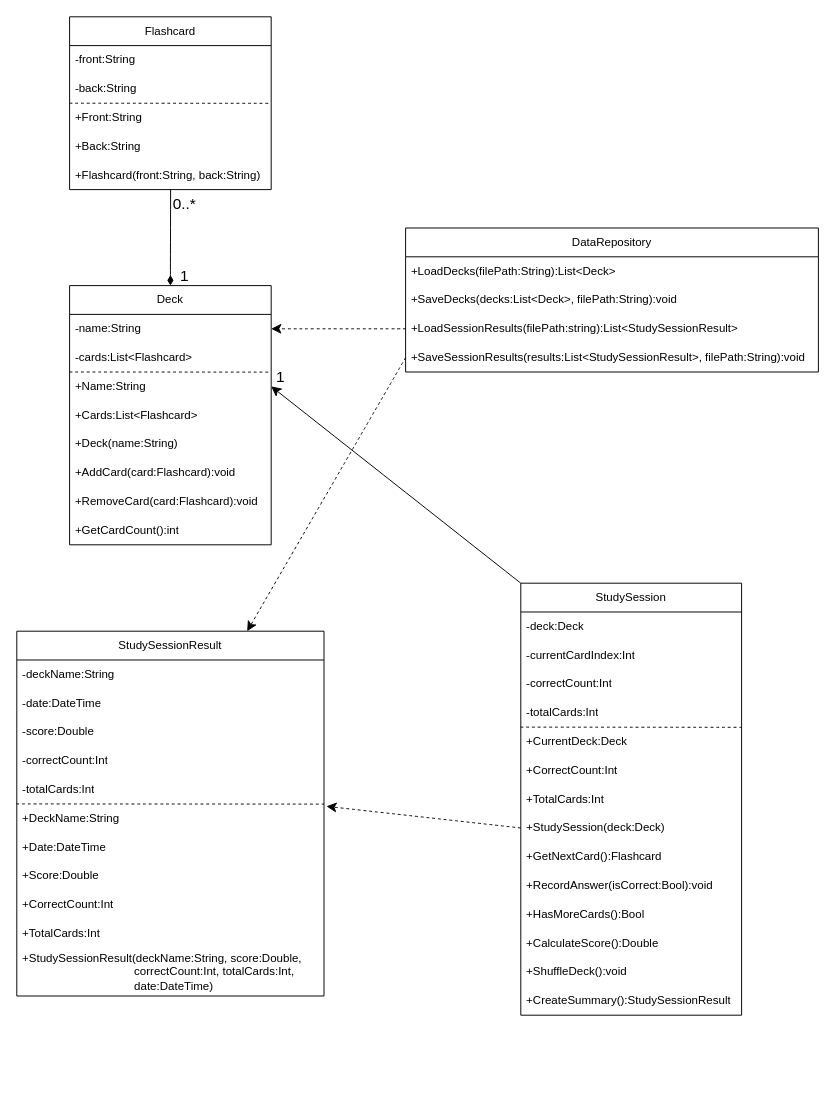
metergames/study-snap keeps this draw.io diagram as Design/Project-UML-Design.drawio. Above is the earlier version. Source tidied: cells renumbered, new cells numbered last; positions are measured from the earlier drawing's top-left corner, leaving out a move shared by most shapes. Both pictures are drawn from the tidied source at 96%, with x=0, y=0 at pixel (16, 16).
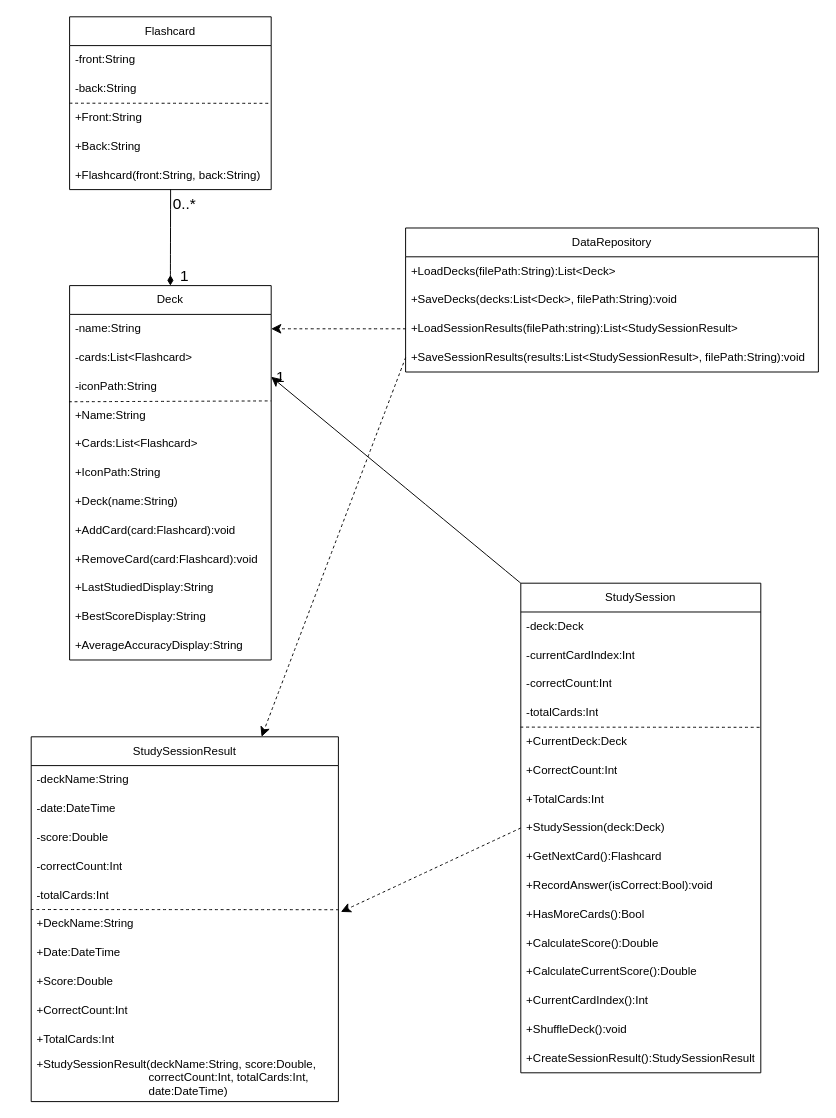
After the change.

Commit message (it also covers changes not shown here):
Update UML design and add report PDF

Unchanged cells that the change refers to:
```xml
<mxCell id="58" value="1" style="text;html=1;whiteSpace=wrap;strokeColor=none;fillColor=none;align=center;verticalAlign=middle;rounded=0;fontSize=16;" parent="1" vertex="1">
  <mxGeometry x="245" y="360" width="60" height="30" as="geometry" />
</mxCell>
```

Diff of the diagram source:
```diff
@@
     <mxCell id="9" value="Deck" style="swimlane;fontStyle=0;horizontal=1;startSize=30;whiteSpace=wrap;html=1;" parent="1" vertex="1">
-      <mxGeometry x="55" y="280" width="210" height="270" as="geometry" />
+      <mxGeometry x="55" y="280" width="210" height="390" as="geometry" />
     </mxCell>
@@
+    <mxCell id="61" value="-iconPath:String" style="text;strokeColor=none;fillColor=none;align=left;verticalAlign=middle;spacingLeft=4;spacingRight=4;overflow=hidden;points=[[0,0.5],[1,0.5]];portConstraint=eastwest;whiteSpace=wrap;html=1;" parent="9" vertex="1">
+      <mxGeometry y="90" width="210" height="30" as="geometry" />
+    </mxCell>
-    <mxCell id="12" style="endArrow=none;dashed=1;html=1;rounded=0;fontSize=12;startSize=8;endSize=8;curved=1;entryX=1;entryY=0.004;entryDx=0;entryDy=0;entryPerimeter=0;" parent="9" edge="1" target="13">
-      <mxGeometry relative="1" as="geometry">
-        <mxPoint y="90" as="sourcePoint" />
-      </mxGeometry>
+    <mxCell id="12" style="endArrow=none;dashed=1;html=1;rounded=0;fontSize=12;startSize=8;endSize=8;curved=1;entryX=1;entryY=0.004;entryDx=0;entryDy=0;entryPerimeter=0;exitX=-0.003;exitY=1.033;exitDx=0;exitDy=0;exitPerimeter=0;" parent="9" edge="1" source="61" target="13">
+      <mxGeometry relative="1" as="geometry" />
     </mxCell>
     <mxCell id="13" value="+Name:String" style="text;strokeColor=none;fillColor=none;align=left;verticalAlign=middle;spacingLeft=4;spacingRight=4;overflow=hidden;points=[[0,0.5],[1,0.5]];portConstraint=eastwest;whiteSpace=wrap;html=1;" parent="9" vertex="1">
-      <mxGeometry y="90" width="210" height="30" as="geometry" />
+      <mxGeometry y="120" width="210" height="30" as="geometry" />
     </mxCell>
     <mxCell id="14" value="+Cards:List&amp;lt;Flashcard&amp;gt;" style="text;strokeColor=none;fillColor=none;align=left;verticalAlign=middle;spacingLeft=4;spacingRight=4;overflow=hidden;whiteSpace=wrap;html=1;" parent="9" vertex="1">
-      <mxGeometry y="120" width="210" height="30" as="geometry" />
+      <mxGeometry y="150" width="210" height="30" as="geometry" />
     </mxCell>
+    <mxCell id="62" value="+IconPath:String" style="text;strokeColor=none;fillColor=none;align=left;verticalAlign=middle;spacingLeft=4;spacingRight=4;overflow=hidden;whiteSpace=wrap;html=1;" parent="9" vertex="1">
+      <mxGeometry y="180" width="210" height="30" as="geometry" />
+    </mxCell>
     <mxCell id="15" value="+Deck(name:String)" style="text;strokeColor=none;fillColor=none;align=left;verticalAlign=middle;spacingLeft=4;spacingRight=4;overflow=hidden;whiteSpace=wrap;html=1;" parent="9" vertex="1">
-      <mxGeometry y="150" width="210" height="30" as="geometry" />
+      <mxGeometry y="210" width="210" height="30" as="geometry" />
     </mxCell>
     <mxCell id="16" value="+AddCard(card:Flashcard):void" style="text;strokeColor=none;fillColor=none;align=left;verticalAlign=middle;spacingLeft=4;spacingRight=4;overflow=hidden;whiteSpace=wrap;html=1;" parent="9" vertex="1">
-      <mxGeometry y="180" width="210" height="30" as="geometry" />
+      <mxGeometry y="240" width="210" height="30" as="geometry" />
     </mxCell>
     <mxCell id="17" value="+RemoveCard(card:Flashcard):void" style="text;strokeColor=none;fillColor=none;align=left;verticalAlign=middle;spacingLeft=4;spacingRight=4;overflow=hidden;whiteSpace=wrap;html=1;" parent="9" vertex="1">
-      <mxGeometry y="210" width="210" height="30" as="geometry" />
+      <mxGeometry y="270" width="210" height="30" as="geometry" />
     </mxCell>
-    <mxCell id="18" value="+GetCardCount():int" style="text;strokeColor=none;fillColor=none;align=left;verticalAlign=middle;spacingLeft=4;spacingRight=4;overflow=hidden;whiteSpace=wrap;html=1;" parent="9" vertex="1">
-      <mxGeometry y="240" width="210" height="30" as="geometry" />
-    </mxCell>
+    <mxCell id="63" value="+LastStudiedDisplay:String" style="text;strokeColor=none;fillColor=none;align=left;verticalAlign=middle;spacingLeft=4;spacingRight=4;overflow=hidden;whiteSpace=wrap;html=1;" parent="9" vertex="1">
+      <mxGeometry y="300" width="210" height="30" as="geometry" />
+    </mxCell>
+    <mxCell id="64" value="+BestScoreDisplay:String" style="text;strokeColor=none;fillColor=none;align=left;verticalAlign=middle;spacingLeft=4;spacingRight=4;overflow=hidden;whiteSpace=wrap;html=1;" parent="9" vertex="1">
+      <mxGeometry y="330" width="210" height="30" as="geometry" />
+    </mxCell>
+    <mxCell id="65" value="+AverageAccuracyDisplay:String" style="text;strokeColor=none;fillColor=none;align=left;verticalAlign=middle;spacingLeft=4;spacingRight=4;overflow=hidden;whiteSpace=wrap;html=1;" parent="9" vertex="1">
+      <mxGeometry y="360" width="210" height="30" as="geometry" />
+    </mxCell>
@@
-    <mxCell id="23" style="edgeStyle=none;curved=1;rounded=0;jettySize=auto;html=1;exitX=0;exitY=0;exitDx=0;exitDy=0;entryX=1;entryY=0.5;entryDx=0;entryDy=0;fontSize=12;startSize=8;endSize=8;" parent="1" edge="1" source="24" target="13">
+    <mxCell id="23" style="edgeStyle=none;curved=1;rounded=0;jettySize=auto;html=1;exitX=0;exitY=0;exitDx=0;exitDy=0;fontSize=12;startSize=8;endSize=8;entryX=0.333;entryY=0.5;entryDx=0;entryDy=0;entryPerimeter=0;" parent="1" edge="1" source="24" target="58">
       <mxGeometry relative="1" as="geometry" />
     </mxCell>
     <mxCell id="24" value="StudySession" style="swimlane;fontStyle=0;horizontal=1;startSize=30;whiteSpace=wrap;html=1;" parent="1" vertex="1">
-      <mxGeometry x="525" y="590" width="230" height="450" as="geometry" />
+      <mxGeometry x="525" y="590" width="250" height="510" as="geometry" />
     </mxCell>
     <mxCell id="25" value="-deck:Deck" style="text;strokeColor=none;fillColor=none;align=left;verticalAlign=middle;spacingLeft=4;spacingRight=4;overflow=hidden;whiteSpace=wrap;html=1;" parent="24" vertex="1">
-      <mxGeometry y="30" width="230" height="30" as="geometry" />
+      <mxGeometry y="30" width="250" height="30" as="geometry" />
     </mxCell>
     <mxCell id="26" value="-currentCardIndex:Int" style="text;strokeColor=none;fillColor=none;align=left;verticalAlign=middle;spacingLeft=4;spacingRight=4;overflow=hidden;whiteSpace=wrap;html=1;" parent="24" vertex="1">
-      <mxGeometry y="60" width="230" height="30" as="geometry" />
+      <mxGeometry y="60" width="250" height="30" as="geometry" />
     </mxCell>
     <mxCell id="27" value="-correctCount:Int" style="text;strokeColor=none;fillColor=none;align=left;verticalAlign=middle;spacingLeft=4;spacingRight=4;overflow=hidden;whiteSpace=wrap;html=1;" parent="24" vertex="1">
-      <mxGeometry y="90" width="230" height="30" as="geometry" />
+      <mxGeometry y="90" width="250" height="30" as="geometry" />
     </mxCell>
     <mxCell id="28" value="-totalCards:Int" style="text;strokeColor=none;fillColor=none;align=left;verticalAlign=middle;spacingLeft=4;spacingRight=4;overflow=hidden;whiteSpace=wrap;html=1;" parent="24" vertex="1">
-      <mxGeometry y="120" width="230" height="30" as="geometry" />
+      <mxGeometry y="120" width="250" height="30" as="geometry" />
     </mxCell>
@@
     <mxCell id="30" value="+CurrentDeck:Deck" style="text;strokeColor=none;fillColor=none;align=left;verticalAlign=middle;spacingLeft=4;spacingRight=4;overflow=hidden;points=[[0,0.5],[1,0.5]];portConstraint=eastwest;whiteSpace=wrap;html=1;" parent="24" vertex="1">
-      <mxGeometry y="150" width="230" height="30" as="geometry" />
+      <mxGeometry y="150" width="250" height="30" as="geometry" />
     </mxCell>
     <mxCell id="31" value="+CorrectCount:Int" style="text;strokeColor=none;fillColor=none;align=left;verticalAlign=middle;spacingLeft=4;spacingRight=4;overflow=hidden;whiteSpace=wrap;html=1;" parent="24" vertex="1">
-      <mxGeometry y="180" width="230" height="30" as="geometry" />
+      <mxGeometry y="180" width="250" height="30" as="geometry" />
     </mxCell>
     <mxCell id="32" value="+TotalCards:Int" style="text;strokeColor=none;fillColor=none;align=left;verticalAlign=middle;spacingLeft=4;spacingRight=4;overflow=hidden;whiteSpace=wrap;html=1;" parent="24" vertex="1">
-      <mxGeometry y="210" width="230" height="30" as="geometry" />
+      <mxGeometry y="210" width="250" height="30" as="geometry" />
     </mxCell>
     <mxCell id="33" value="+StudySession(deck:Deck)" style="text;strokeColor=none;fillColor=none;align=left;verticalAlign=middle;spacingLeft=4;spacingRight=4;overflow=hidden;points=[[0,0.5],[1,0.5]];portConstraint=eastwest;whiteSpace=wrap;html=1;" parent="24" vertex="1">
-      <mxGeometry y="240" width="230" height="30" as="geometry" />
+      <mxGeometry y="240" width="250" height="30" as="geometry" />
     </mxCell>
     <mxCell id="34" value="+GetNextCard():Flashcard" style="text;strokeColor=none;fillColor=none;align=left;verticalAlign=middle;spacingLeft=4;spacingRight=4;overflow=hidden;whiteSpace=wrap;html=1;" parent="24" vertex="1">
-      <mxGeometry y="270" width="230" height="30" as="geometry" />
+      <mxGeometry y="270" width="250" height="30" as="geometry" />
     </mxCell>
     <mxCell id="35" value="+RecordAnswer(isCorrect:Bool):void" style="text;strokeColor=none;fillColor=none;align=left;verticalAlign=middle;spacingLeft=4;spacingRight=4;overflow=hidden;whiteSpace=wrap;html=1;" parent="24" vertex="1">
-      <mxGeometry y="300" width="230" height="30" as="geometry" />
+      <mxGeometry y="300" width="250" height="30" as="geometry" />
     </mxCell>
     <mxCell id="36" value="+HasMoreCards():Bool" style="text;strokeColor=none;fillColor=none;align=left;verticalAlign=middle;spacingLeft=4;spacingRight=4;overflow=hidden;whiteSpace=wrap;html=1;" parent="24" vertex="1">
-      <mxGeometry y="330" width="230" height="30" as="geometry" />
+      <mxGeometry y="330" width="250" height="30" as="geometry" />
     </mxCell>
     <mxCell id="37" value="+CalculateScore():Double" style="text;strokeColor=none;fillColor=none;align=left;verticalAlign=middle;spacingLeft=4;spacingRight=4;overflow=hidden;whiteSpace=wrap;html=1;" parent="24" vertex="1">
-      <mxGeometry y="360" width="230" height="30" as="geometry" />
+      <mxGeometry y="360" width="250" height="30" as="geometry" />
     </mxCell>
+    <mxCell id="66" value="+CalculateCurrentScore():Double" style="text;strokeColor=none;fillColor=none;align=left;verticalAlign=middle;spacingLeft=4;spacingRight=4;overflow=hidden;whiteSpace=wrap;html=1;" parent="24" vertex="1">
+      <mxGeometry y="390" width="250" height="30" as="geometry" />
+    </mxCell>
+    <mxCell id="67" value="+CurrentCardIndex():Int" style="text;strokeColor=none;fillColor=none;align=left;verticalAlign=middle;spacingLeft=4;spacingRight=4;overflow=hidden;whiteSpace=wrap;html=1;" parent="24" vertex="1">
+      <mxGeometry y="420" width="250" height="30" as="geometry" />
+    </mxCell>
     <mxCell id="38" value="+ShuffleDeck():void" style="text;strokeColor=none;fillColor=none;align=left;verticalAlign=middle;spacingLeft=4;spacingRight=4;overflow=hidden;whiteSpace=wrap;html=1;" parent="24" vertex="1">
-      <mxGeometry y="390" width="230" height="30" as="geometry" />
+      <mxGeometry y="450" width="250" height="30" as="geometry" />
     </mxCell>
-    <mxCell id="39" value="+CreateSummary():StudySessionResult" style="text;strokeColor=none;fillColor=none;align=left;verticalAlign=middle;spacingLeft=4;spacingRight=4;overflow=hidden;whiteSpace=wrap;html=1;" parent="24" vertex="1">
-      <mxGeometry y="420" width="230" height="30" as="geometry" />
+    <mxCell id="39" value="+CreateSessionResult():StudySessionResult" style="text;strokeColor=none;fillColor=none;align=left;verticalAlign=middle;spacingLeft=4;spacingRight=4;overflow=hidden;whiteSpace=wrap;html=1;" parent="24" vertex="1">
+      <mxGeometry y="480" width="250" height="30" as="geometry" />
     </mxCell>
     <mxCell id="40" value="StudySessionResult" style="swimlane;fontStyle=0;horizontal=1;startSize=30;whiteSpace=wrap;html=1;" parent="1" vertex="1">
-      <mxGeometry y="640" width="320" height="380" as="geometry" />
+      <mxGeometry x="15" y="750" width="320" height="380" as="geometry" />
     </mxCell>
```
